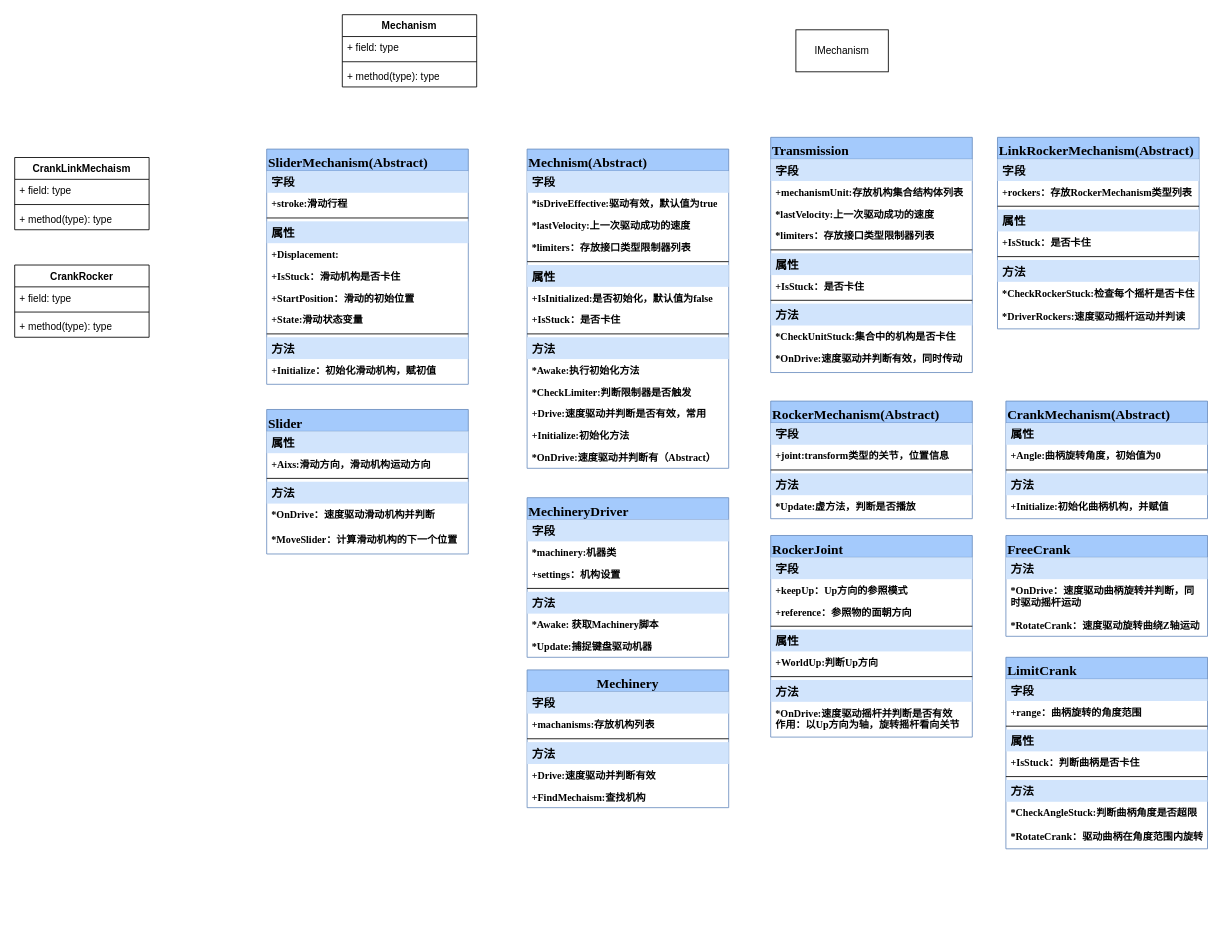
Earlier version of the draw.io diagram 装载机unity类图.drawio (plusfeng/plusfeng). Source tidied: cells renumbered, new cells numbered last; positions are measured from the earlier drawing's top-left corner, leaving out a move shared by most shapes. Both pictures are drawn from the tidied source at 84%, with x=0, y=0 at pixel (14, 14).
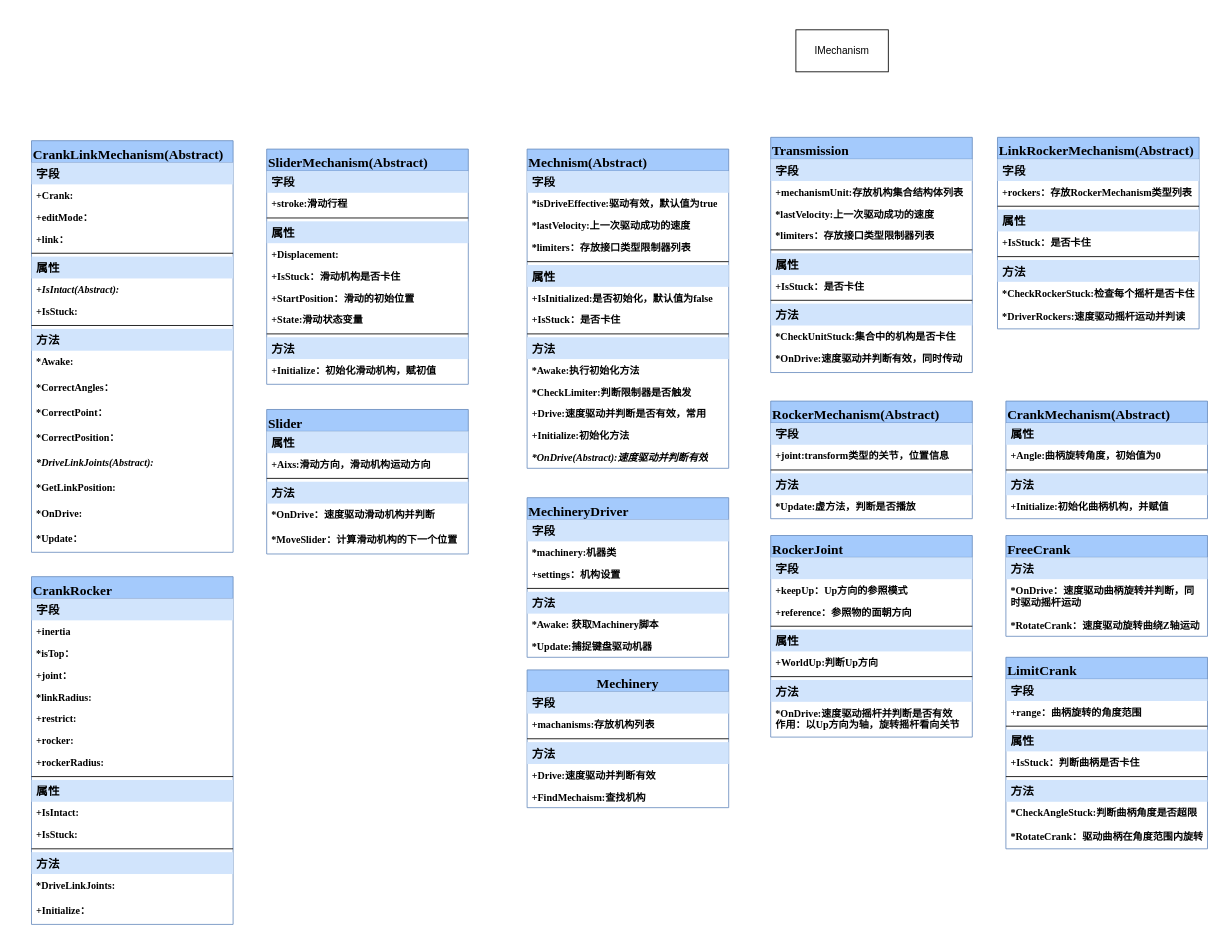
Above is the later version.

Commit message (it also covers changes not shown here):
更新装载机unity类图.drawio

The change refers to these unchanged cells:
```xml
<mxCell id="30" value="Mechnism(Abstract)" style="swimlane;fontStyle=1;align=left;verticalAlign=top;horizontal=1;startSize=26;whiteSpace=wrap;html=1;labelBackgroundColor=none;rounded=0;fontSize=16;fontFamily=Times New Roman;labelBorderColor=none;glass=0;fillColor=#A4CAFC;strokeColor=#6c8ebf;" parent="1" vertex="1">
  <mxGeometry x="610" y="160" width="240" height="380" as="geometry" />
</mxCell>
```

What changed in the source:
```diff
@@
-    <mxCell id="3" value="Mechanism" style="swimlane;fontStyle=1;align=center;verticalAlign=top;horizontal=1;startSize=26;whiteSpace=wrap;html=1;labelBackgroundColor=none;rounded=0;" parent="1" vertex="1">
-      <mxGeometry x="390" width="160" height="86" as="geometry" />
-    </mxCell>
-    <mxCell id="4" value="+ field: type" style="text;strokeColor=none;fillColor=none;align=left;verticalAlign=top;spacingLeft=4;spacingRight=4;overflow=hidden;whiteSpace=wrap;html=1;labelBackgroundColor=none;rounded=0;" parent="3" vertex="1">
-      <mxGeometry y="26" width="160" height="26" as="geometry" />
-    </mxCell>
-    <mxCell id="5" style="line;strokeWidth=1;fillColor=none;align=left;verticalAlign=middle;spacingTop=-1;spacingLeft=3;spacingRight=3;labelPosition=right;labelBackgroundColor=none;rounded=0;" parent="3" vertex="1">
-      <mxGeometry y="52" width="160" height="8" as="geometry" />
-    </mxCell>
-    <mxCell id="6" value="+ method(type): type" style="text;strokeColor=none;fillColor=none;align=left;verticalAlign=top;spacingLeft=4;spacingRight=4;overflow=hidden;whiteSpace=wrap;html=1;labelBackgroundColor=none;rounded=0;" parent="3" vertex="1">
-      <mxGeometry y="60" width="160" height="26" as="geometry" />
-    </mxCell>
@@
-    <mxCell id="15" value="CrankLinkMechaism" style="swimlane;fontStyle=1;align=center;verticalAlign=top;horizontal=1;startSize=26;whiteSpace=wrap;html=1;labelBackgroundColor=none;rounded=0;" parent="1" vertex="1">
-      <mxGeometry y="170" width="160" height="86" as="geometry" />
-    </mxCell>
-    <mxCell id="16" value="+ field: type" style="text;strokeColor=none;fillColor=none;align=left;verticalAlign=top;spacingLeft=4;spacingRight=4;overflow=hidden;whiteSpace=wrap;html=1;labelBackgroundColor=none;rounded=0;" parent="15" vertex="1">
-      <mxGeometry y="26" width="160" height="26" as="geometry" />
-    </mxCell>
-    <mxCell id="17" style="line;strokeWidth=1;fillColor=none;align=left;verticalAlign=middle;spacingTop=-1;spacingLeft=3;spacingRight=3;labelPosition=right;labelBackgroundColor=none;rounded=0;" parent="15" vertex="1">
-      <mxGeometry y="52" width="160" height="8" as="geometry" />
-    </mxCell>
-    <mxCell id="18" value="+ method(type): type" style="text;strokeColor=none;fillColor=none;align=left;verticalAlign=top;spacingLeft=4;spacingRight=4;overflow=hidden;whiteSpace=wrap;html=1;labelBackgroundColor=none;rounded=0;" parent="15" vertex="1">
-      <mxGeometry y="60" width="160" height="26" as="geometry" />
-    </mxCell>
-    <mxCell id="19" value="CrankRocker" style="swimlane;fontStyle=1;align=center;verticalAlign=top;horizontal=1;startSize=26;whiteSpace=wrap;html=1;labelBackgroundColor=none;rounded=0;" parent="1" vertex="1">
-      <mxGeometry y="298" width="160" height="86" as="geometry" />
-    </mxCell>
-    <mxCell id="20" value="+ field: type" style="text;strokeColor=none;fillColor=none;align=left;verticalAlign=top;spacingLeft=4;spacingRight=4;overflow=hidden;whiteSpace=wrap;html=1;labelBackgroundColor=none;rounded=0;" parent="19" vertex="1">
-      <mxGeometry y="26" width="160" height="26" as="geometry" />
-    </mxCell>
-    <mxCell id="21" style="line;strokeWidth=1;fillColor=none;align=left;verticalAlign=middle;spacingTop=-1;spacingLeft=3;spacingRight=3;labelPosition=right;labelBackgroundColor=none;rounded=0;" parent="19" vertex="1">
-      <mxGeometry y="52" width="160" height="8" as="geometry" />
-    </mxCell>
-    <mxCell id="22" value="+ method(type): type" style="text;strokeColor=none;fillColor=none;align=left;verticalAlign=top;spacingLeft=4;spacingRight=4;overflow=hidden;whiteSpace=wrap;html=1;labelBackgroundColor=none;rounded=0;" parent="19" vertex="1">
-      <mxGeometry y="60" width="160" height="26" as="geometry" />
-    </mxCell>
@@
-    <mxCell id="45" value="*OnDrive:速度驱动并判断有（Abstract）" style="text;strokeColor=none;fillColor=none;align=left;verticalAlign=top;spacingLeft=4;spacingRight=4;overflow=hidden;whiteSpace=wrap;html=1;labelBackgroundColor=none;rounded=0;fontSize=12;fontFamily=Times New Roman;fontStyle=1;" parent="30" vertex="1">
+    <mxCell id="45" value="*OnDrive(Abstract):速度驱动并判断有效" style="text;strokeColor=none;fillColor=none;align=left;verticalAlign=top;spacingLeft=4;spacingRight=4;overflow=hidden;whiteSpace=wrap;html=1;labelBackgroundColor=none;rounded=0;fontSize=12;fontFamily=Times New Roman;fontStyle=3;" parent="30" vertex="1">
       <mxGeometry y="354" width="240" height="26" as="geometry" />
     </mxCell>
@@
+    <mxCell id="123" value="CrankLinkMechanism(Abstract)" style="swimlane;fontStyle=1;align=left;verticalAlign=top;horizontal=1;startSize=26;whiteSpace=wrap;html=1;labelBackgroundColor=none;rounded=0;fontSize=16;fontFamily=Times New Roman;labelBorderColor=none;glass=0;fillColor=#A4CAFC;strokeColor=#6c8ebf;" parent="1" vertex="1">
+      <mxGeometry x="20" y="150" width="240" height="490" as="geometry" />
+    </mxCell>
+    <mxCell id="124" value="字段" style="text;strokeColor=none;fillColor=#D1E4FC;align=left;verticalAlign=top;spacingLeft=4;spacingRight=4;overflow=hidden;whiteSpace=wrap;html=1;labelBackgroundColor=none;rounded=0;fontSize=14;fontFamily=Times New Roman;fontStyle=1;" parent="123" vertex="1">
+      <mxGeometry y="26" width="240" height="26" as="geometry" />
+    </mxCell>
+    <mxCell id="125" value="+Crank:" style="text;strokeColor=none;fillColor=none;align=left;verticalAlign=top;spacingLeft=4;spacingRight=4;overflow=hidden;whiteSpace=wrap;html=1;labelBackgroundColor=none;rounded=0;fontSize=12;fontFamily=Times New Roman;fontStyle=1;" parent="123" vertex="1">
+      <mxGeometry y="52" width="240" height="26" as="geometry" />
+    </mxCell>
+    <mxCell id="126" value="+editMode：" style="text;strokeColor=none;fillColor=none;align=left;verticalAlign=top;spacingLeft=4;spacingRight=4;overflow=hidden;whiteSpace=wrap;html=1;labelBackgroundColor=none;rounded=0;fontSize=12;fontFamily=Times New Roman;fontStyle=1;" parent="123" vertex="1">
+      <mxGeometry y="78" width="240" height="26" as="geometry" />
+    </mxCell>
+    <mxCell id="127" value="+link：" style="text;strokeColor=none;fillColor=none;align=left;verticalAlign=top;spacingLeft=4;spacingRight=4;overflow=hidden;whiteSpace=wrap;html=1;labelBackgroundColor=none;rounded=0;fontSize=12;fontFamily=Times New Roman;fontStyle=1;" parent="123" vertex="1">
+      <mxGeometry y="104" width="240" height="26" as="geometry" />
+    </mxCell>
+    <mxCell id="128" style="line;strokeWidth=1;fillColor=none;align=left;verticalAlign=middle;spacingTop=-1;spacingLeft=3;spacingRight=3;labelPosition=right;labelBackgroundColor=none;rounded=0;fontSize=12;fontFamily=Times New Roman;fontStyle=0;labelBorderColor=none;" parent="123" vertex="1">
+      <mxGeometry y="130" width="240" height="8" as="geometry" />
+    </mxCell>
+    <mxCell id="129" value="属性" style="text;strokeColor=none;fillColor=#D1E4FC;align=left;verticalAlign=top;spacingLeft=4;spacingRight=4;overflow=hidden;whiteSpace=wrap;html=1;labelBackgroundColor=none;rounded=0;fontSize=14;fontFamily=Times New Roman;fontStyle=1;" parent="123" vertex="1">
+      <mxGeometry y="138" width="240" height="26" as="geometry" />
+    </mxCell>
+    <mxCell id="130" value="+IsIntact(Abstract):" style="text;strokeColor=none;fillColor=none;align=left;verticalAlign=top;spacingLeft=4;spacingRight=4;overflow=hidden;whiteSpace=wrap;html=1;labelBackgroundColor=none;rounded=0;fontSize=12;fontFamily=Times New Roman;fontStyle=3;" parent="123" vertex="1">
+      <mxGeometry y="164" width="240" height="26" as="geometry" />
+    </mxCell>
+    <mxCell id="131" value="+IsStuck:" style="text;strokeColor=none;fillColor=none;align=left;verticalAlign=top;spacingLeft=4;spacingRight=4;overflow=hidden;whiteSpace=wrap;html=1;labelBackgroundColor=none;rounded=0;fontSize=12;fontFamily=Times New Roman;fontStyle=1;" parent="123" vertex="1">
+      <mxGeometry y="190" width="240" height="26" as="geometry" />
+    </mxCell>
+    <mxCell id="132" style="line;strokeWidth=1;fillColor=none;align=left;verticalAlign=middle;spacingTop=-1;spacingLeft=3;spacingRight=3;labelPosition=right;labelBackgroundColor=none;rounded=0;fontSize=12;fontFamily=Times New Roman;fontStyle=0;labelBorderColor=none;" parent="123" vertex="1">
+      <mxGeometry y="216" width="240" height="8" as="geometry" />
+    </mxCell>
+    <mxCell id="133" value="方法" style="text;strokeColor=none;fillColor=#D1E4FC;align=left;verticalAlign=top;spacingLeft=4;spacingRight=4;overflow=hidden;whiteSpace=wrap;html=1;labelBackgroundColor=none;rounded=0;fontSize=14;fontFamily=Times New Roman;fontStyle=1;" parent="123" vertex="1">
+      <mxGeometry y="224" width="240" height="26" as="geometry" />
+    </mxCell>
+    <mxCell id="134" value="*Awake:" style="text;strokeColor=none;fillColor=none;align=left;verticalAlign=top;spacingLeft=4;spacingRight=4;overflow=hidden;whiteSpace=wrap;html=1;labelBackgroundColor=none;rounded=0;fontSize=12;fontFamily=Times New Roman;fontStyle=1;" parent="123" vertex="1">
+      <mxGeometry y="250" width="240" height="30" as="geometry" />
+    </mxCell>
+    <mxCell id="135" value="*CorrectAngles：" style="text;strokeColor=none;fillColor=none;align=left;verticalAlign=top;spacingLeft=4;spacingRight=4;overflow=hidden;whiteSpace=wrap;html=1;labelBackgroundColor=none;rounded=0;fontSize=12;fontFamily=Times New Roman;fontStyle=1;" parent="123" vertex="1">
+      <mxGeometry y="280" width="240" height="30" as="geometry" />
+    </mxCell>
+    <mxCell id="136" value="*CorrectPoint：" style="text;strokeColor=none;fillColor=none;align=left;verticalAlign=top;spacingLeft=4;spacingRight=4;overflow=hidden;whiteSpace=wrap;html=1;labelBackgroundColor=none;rounded=0;fontSize=12;fontFamily=Times New Roman;fontStyle=1;" parent="123" vertex="1">
+      <mxGeometry y="310" width="240" height="30" as="geometry" />
+    </mxCell>
+    <mxCell id="137" value="*CorrectPosition：" style="text;strokeColor=none;fillColor=none;align=left;verticalAlign=top;spacingLeft=4;spacingRight=4;overflow=hidden;whiteSpace=wrap;html=1;labelBackgroundColor=none;rounded=0;fontSize=12;fontFamily=Times New Roman;fontStyle=1;" parent="123" vertex="1">
+      <mxGeometry y="340" width="240" height="30" as="geometry" />
+    </mxCell>
+    <mxCell id="138" value="*DriveLinkJoints(Abstract):" style="text;strokeColor=none;fillColor=none;align=left;verticalAlign=top;spacingLeft=4;spacingRight=4;overflow=hidden;whiteSpace=wrap;html=1;labelBackgroundColor=none;rounded=0;fontSize=12;fontFamily=Times New Roman;fontStyle=3;" parent="123" vertex="1">
+      <mxGeometry y="370" width="240" height="30" as="geometry" />
+    </mxCell>
+    <mxCell id="139" value="*GetLinkPosition:" style="text;strokeColor=none;fillColor=none;align=left;verticalAlign=top;spacingLeft=4;spacingRight=4;overflow=hidden;whiteSpace=wrap;html=1;labelBackgroundColor=none;rounded=0;fontSize=12;fontFamily=Times New Roman;fontStyle=1;" parent="123" vertex="1">
+      <mxGeometry y="400" width="240" height="30" as="geometry" />
+    </mxCell>
+    <mxCell id="140" value="*OnDrive:" style="text;strokeColor=none;fillColor=none;align=left;verticalAlign=top;spacingLeft=4;spacingRight=4;overflow=hidden;whiteSpace=wrap;html=1;labelBackgroundColor=none;rounded=0;fontSize=12;fontFamily=Times New Roman;fontStyle=1;" parent="123" vertex="1">
+      <mxGeometry y="430" width="240" height="30" as="geometry" />
+    </mxCell>
+    <mxCell id="141" value="*Update：" style="text;strokeColor=none;fillColor=none;align=left;verticalAlign=top;spacingLeft=4;spacingRight=4;overflow=hidden;whiteSpace=wrap;html=1;labelBackgroundColor=none;rounded=0;fontSize=12;fontFamily=Times New Roman;fontStyle=1;" parent="123" vertex="1">
+      <mxGeometry y="460" width="240" height="30" as="geometry" />
+    </mxCell>
+    <mxCell id="19" value="CrankRocker" style="swimlane;fontStyle=1;align=left;verticalAlign=top;horizontal=1;startSize=26;whiteSpace=wrap;html=1;labelBackgroundColor=none;rounded=0;fontSize=16;fontFamily=Times New Roman;labelBorderColor=none;glass=0;fillColor=#A4CAFC;strokeColor=#6c8ebf;" parent="1" vertex="1">
+      <mxGeometry x="20" y="669" width="240" height="414" as="geometry" />
+    </mxCell>
+    <mxCell id="142" value="字段" style="text;strokeColor=none;fillColor=#D1E4FC;align=left;verticalAlign=top;spacingLeft=4;spacingRight=4;overflow=hidden;whiteSpace=wrap;html=1;labelBackgroundColor=none;rounded=0;fontSize=14;fontFamily=Times New Roman;fontStyle=1;" parent="19" vertex="1">
+      <mxGeometry y="26" width="240" height="26" as="geometry" />
+    </mxCell>
+    <mxCell id="143" value="+inertia" style="text;strokeColor=none;fillColor=none;align=left;verticalAlign=top;spacingLeft=4;spacingRight=4;overflow=hidden;whiteSpace=wrap;html=1;labelBackgroundColor=none;rounded=0;fontSize=12;fontFamily=Times New Roman;fontStyle=1;" parent="19" vertex="1">
+      <mxGeometry y="52" width="240" height="26" as="geometry" />
+    </mxCell>
+    <mxCell id="144" value="*isTop：" style="text;strokeColor=none;fillColor=none;align=left;verticalAlign=top;spacingLeft=4;spacingRight=4;overflow=hidden;whiteSpace=wrap;html=1;labelBackgroundColor=none;rounded=0;fontSize=12;fontFamily=Times New Roman;fontStyle=1;" parent="19" vertex="1">
+      <mxGeometry y="78" width="240" height="26" as="geometry" />
+    </mxCell>
+    <mxCell id="145" value="+joint：" style="text;strokeColor=none;fillColor=none;align=left;verticalAlign=top;spacingLeft=4;spacingRight=4;overflow=hidden;whiteSpace=wrap;html=1;labelBackgroundColor=none;rounded=0;fontSize=12;fontFamily=Times New Roman;fontStyle=1;" parent="19" vertex="1">
+      <mxGeometry y="104" width="240" height="26" as="geometry" />
+    </mxCell>
+    <mxCell id="146" value="*linkRadius:" style="text;strokeColor=none;fillColor=none;align=left;verticalAlign=top;spacingLeft=4;spacingRight=4;overflow=hidden;whiteSpace=wrap;html=1;labelBackgroundColor=none;rounded=0;fontSize=12;fontFamily=Times New Roman;fontStyle=1;" parent="19" vertex="1">
+      <mxGeometry y="130" width="240" height="26" as="geometry" />
+    </mxCell>
+    <mxCell id="147" value="+restrict:" style="text;strokeColor=none;fillColor=none;align=left;verticalAlign=top;spacingLeft=4;spacingRight=4;overflow=hidden;whiteSpace=wrap;html=1;labelBackgroundColor=none;rounded=0;fontSize=12;fontFamily=Times New Roman;fontStyle=1;" parent="19" vertex="1">
+      <mxGeometry y="156" width="240" height="26" as="geometry" />
+    </mxCell>
+    <mxCell id="148" value="+rocker:" style="text;strokeColor=none;fillColor=none;align=left;verticalAlign=top;spacingLeft=4;spacingRight=4;overflow=hidden;whiteSpace=wrap;html=1;labelBackgroundColor=none;rounded=0;fontSize=12;fontFamily=Times New Roman;fontStyle=1;" parent="19" vertex="1">
+      <mxGeometry y="182" width="240" height="26" as="geometry" />
+    </mxCell>
+    <mxCell id="149" value="+rockerRadius:" style="text;strokeColor=none;fillColor=none;align=left;verticalAlign=top;spacingLeft=4;spacingRight=4;overflow=hidden;whiteSpace=wrap;html=1;labelBackgroundColor=none;rounded=0;fontSize=12;fontFamily=Times New Roman;fontStyle=1;" parent="19" vertex="1">
+      <mxGeometry y="208" width="240" height="26" as="geometry" />
+    </mxCell>
+    <mxCell id="150" style="line;strokeWidth=1;fillColor=none;align=left;verticalAlign=middle;spacingTop=-1;spacingLeft=3;spacingRight=3;labelPosition=right;labelBackgroundColor=none;rounded=0;fontSize=12;fontFamily=Times New Roman;fontStyle=0;labelBorderColor=none;" parent="19" vertex="1">
+      <mxGeometry y="234" width="240" height="8" as="geometry" />
+    </mxCell>
+    <mxCell id="151" value="属性" style="text;strokeColor=none;fillColor=#D1E4FC;align=left;verticalAlign=top;spacingLeft=4;spacingRight=4;overflow=hidden;whiteSpace=wrap;html=1;labelBackgroundColor=none;rounded=0;fontSize=14;fontFamily=Times New Roman;fontStyle=1;" parent="19" vertex="1">
+      <mxGeometry y="242" width="240" height="26" as="geometry" />
+    </mxCell>
+    <mxCell id="152" value="+IsIntact:" style="text;strokeColor=none;fillColor=none;align=left;verticalAlign=top;spacingLeft=4;spacingRight=4;overflow=hidden;whiteSpace=wrap;html=1;labelBackgroundColor=none;rounded=0;fontSize=12;fontFamily=Times New Roman;fontStyle=1;" parent="19" vertex="1">
+      <mxGeometry y="268" width="240" height="26" as="geometry" />
+    </mxCell>
+    <mxCell id="153" value="+IsStuck:" style="text;strokeColor=none;fillColor=none;align=left;verticalAlign=top;spacingLeft=4;spacingRight=4;overflow=hidden;whiteSpace=wrap;html=1;labelBackgroundColor=none;rounded=0;fontSize=12;fontFamily=Times New Roman;fontStyle=1;" parent="19" vertex="1">
+      <mxGeometry y="294" width="240" height="26" as="geometry" />
+    </mxCell>
+    <mxCell id="154" style="line;strokeWidth=1;fillColor=none;align=left;verticalAlign=middle;spacingTop=-1;spacingLeft=3;spacingRight=3;labelPosition=right;labelBackgroundColor=none;rounded=0;fontSize=12;fontFamily=Times New Roman;fontStyle=0;labelBorderColor=none;" parent="19" vertex="1">
+      <mxGeometry y="320" width="240" height="8" as="geometry" />
+    </mxCell>
+    <mxCell id="155" value="方法" style="text;strokeColor=none;fillColor=#D1E4FC;align=left;verticalAlign=top;spacingLeft=4;spacingRight=4;overflow=hidden;whiteSpace=wrap;html=1;labelBackgroundColor=none;rounded=0;fontSize=14;fontFamily=Times New Roman;fontStyle=1;" parent="19" vertex="1">
+      <mxGeometry y="328" width="240" height="26" as="geometry" />
+    </mxCell>
+    <mxCell id="156" value="*DriveLinkJoints:" style="text;strokeColor=none;fillColor=none;align=left;verticalAlign=top;spacingLeft=4;spacingRight=4;overflow=hidden;whiteSpace=wrap;html=1;labelBackgroundColor=none;rounded=0;fontSize=12;fontFamily=Times New Roman;fontStyle=1;" parent="19" vertex="1">
+      <mxGeometry y="354" width="240" height="30" as="geometry" />
+    </mxCell>
+    <mxCell id="157" value="+Initialize：" style="text;strokeColor=none;fillColor=none;align=left;verticalAlign=top;spacingLeft=4;spacingRight=4;overflow=hidden;whiteSpace=wrap;html=1;labelBackgroundColor=none;rounded=0;fontSize=12;fontFamily=Times New Roman;fontStyle=1;" parent="19" vertex="1">
+      <mxGeometry y="384" width="240" height="30" as="geometry" />
+    </mxCell>
```
